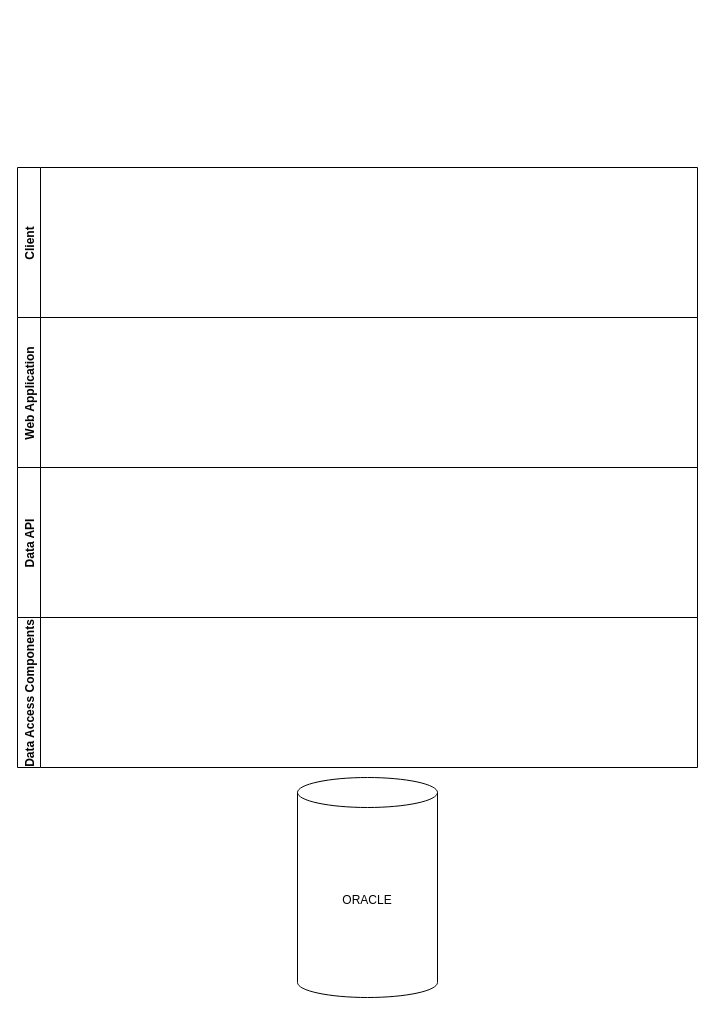
Before: page "Current" (1 of 2) of Tech Stack Options.drawio in ntimkovich/UAB-II-Diagrams, a draw.io diagram. Source tidied: cells renumbered, new cells numbered last; positions are measured from the earlier drawing's top-left corner, leaving out a move shared by most shapes. Both pictures are drawn from the tidied source at 100%, with x=0, y=0 at pixel (17, 167).
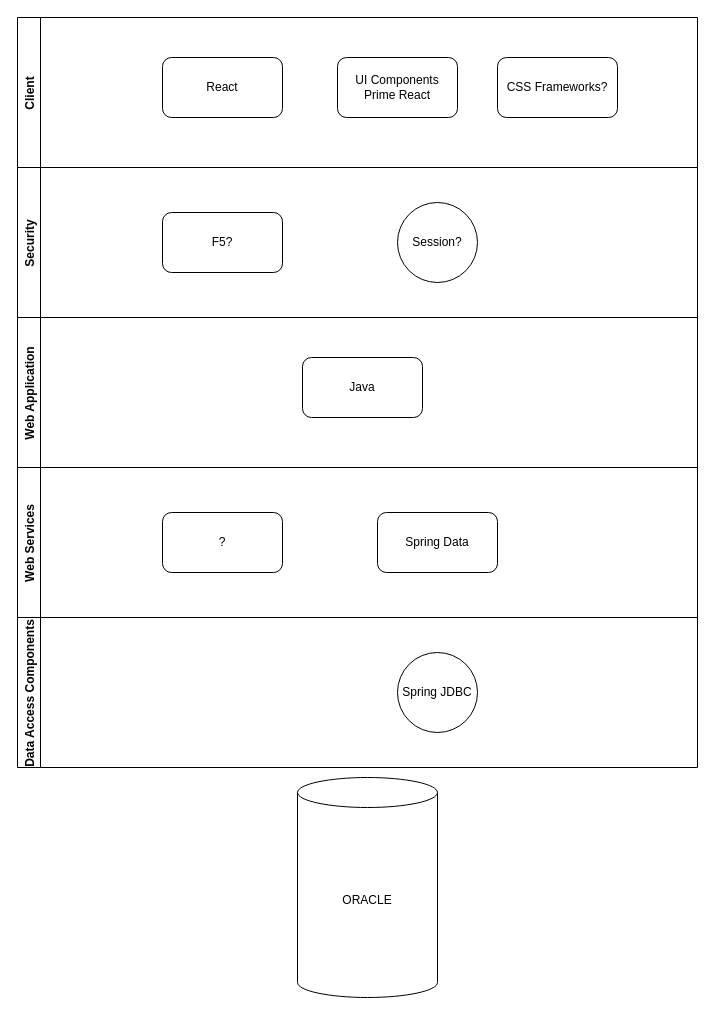
The same diagram, later.

Commit message:
Added Industry Samples

Change to the diagram source:
```diff
@@
 <mxGraphModel>
   <root>
     <mxCell id="0" />
     <mxCell id="1" parent="0" />
     <mxCell id="2" value="ORACLE" style="shape=cylinder3;whiteSpace=wrap;html=1;boundedLbl=1;backgroundOutline=1;size=15;" parent="1" vertex="1">
       <mxGeometry x="280" y="610" width="140" height="220" as="geometry" />
     </mxCell>
     <mxCell id="3" value="Data Access Components" style="swimlane;horizontal=0;" parent="1" vertex="1">
       <mxGeometry y="450" width="680" height="150" as="geometry" />
     </mxCell>
-    <mxCell id="4" value="Data API" style="swimlane;horizontal=0;" parent="1" vertex="1">
-      <mxGeometry y="300" width="680" height="150" as="geometry" />
-    </mxCell>
+    <mxCell id="7" value="Spring JDBC" style="ellipse;whiteSpace=wrap;html=1;" parent="3" vertex="1">
+      <mxGeometry x="380" y="35" width="80" height="80" as="geometry" />
+    </mxCell>
     <mxCell id="5" value="Web Application" style="swimlane;horizontal=0;" parent="1" vertex="1">
       <mxGeometry y="150" width="680" height="150" as="geometry" />
     </mxCell>
+    <mxCell id="8" value="Java" style="rounded=1;whiteSpace=wrap;html=1;" parent="5" vertex="1">
+      <mxGeometry x="285" y="40" width="120" height="60" as="geometry" />
+    </mxCell>
     <mxCell id="6" value="Client" style="swimlane;horizontal=0;startSize=23;" parent="1" vertex="1">
-      <mxGeometry width="680" height="150" as="geometry" />
+      <mxGeometry y="-150" width="680" height="150" as="geometry" />
     </mxCell>
+    <mxCell id="9" value="React" style="rounded=1;whiteSpace=wrap;html=1;" parent="6" vertex="1">
+      <mxGeometry x="145" y="40" width="120" height="60" as="geometry" />
+    </mxCell>
+    <mxCell id="10" value="CSS Frameworks?" style="rounded=1;whiteSpace=wrap;html=1;" parent="6" vertex="1">
+      <mxGeometry x="480" y="40" width="120" height="60" as="geometry" />
+    </mxCell>
+    <mxCell id="11" value="UI Components&lt;br&gt;Prime React" style="rounded=1;whiteSpace=wrap;html=1;" parent="6" vertex="1">
+      <mxGeometry x="320" y="40" width="120" height="60" as="geometry" />
+    </mxCell>
+    <mxCell id="12" value="Security" style="swimlane;horizontal=0;" parent="1" vertex="1">
+      <mxGeometry width="680" height="150" as="geometry" />
+    </mxCell>
+    <mxCell id="13" value="F5?" style="rounded=1;whiteSpace=wrap;html=1;" parent="12" vertex="1">
+      <mxGeometry x="145" y="45" width="120" height="60" as="geometry" />
+    </mxCell>
+    <mxCell id="14" value="Session?" style="ellipse;whiteSpace=wrap;html=1;" parent="12" vertex="1">
+      <mxGeometry x="380" y="35" width="80" height="80" as="geometry" />
+    </mxCell>
+    <mxCell id="15" value="Web Services" style="swimlane;horizontal=0;" parent="1" vertex="1">
+      <mxGeometry y="300" width="680" height="150" as="geometry" />
+    </mxCell>
+    <mxCell id="16" value="?" style="rounded=1;whiteSpace=wrap;html=1;" parent="15" vertex="1">
+      <mxGeometry x="145" y="45" width="120" height="60" as="geometry" />
+    </mxCell>
+    <mxCell id="17" value="Spring Data" style="rounded=1;whiteSpace=wrap;html=1;" parent="15" vertex="1">
+      <mxGeometry x="360" y="45" width="120" height="60" as="geometry" />
+    </mxCell>
   </root>
 </mxGraphModel>
```
